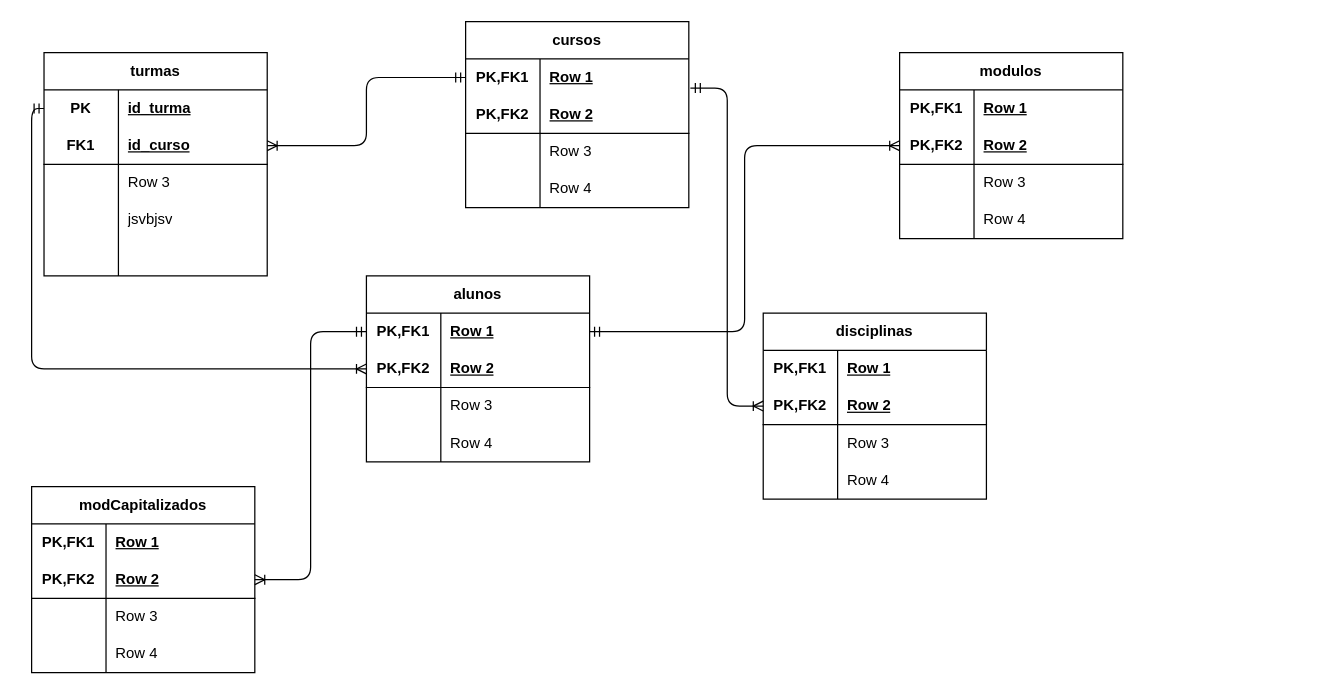
Earlier version of the draw.io diagram gmr_modER.drawio (DaviClementee/Gest_mod_reali_Davi_Mario_Karamjit_Gerry). Source tidied: cells renumbered, new cells numbered last; positions are measured from the earlier drawing's top-left corner, leaving out a move shared by most shapes. Both pictures are drawn from the tidied source at 124%, with x=0, y=0 at pixel (31, 21).
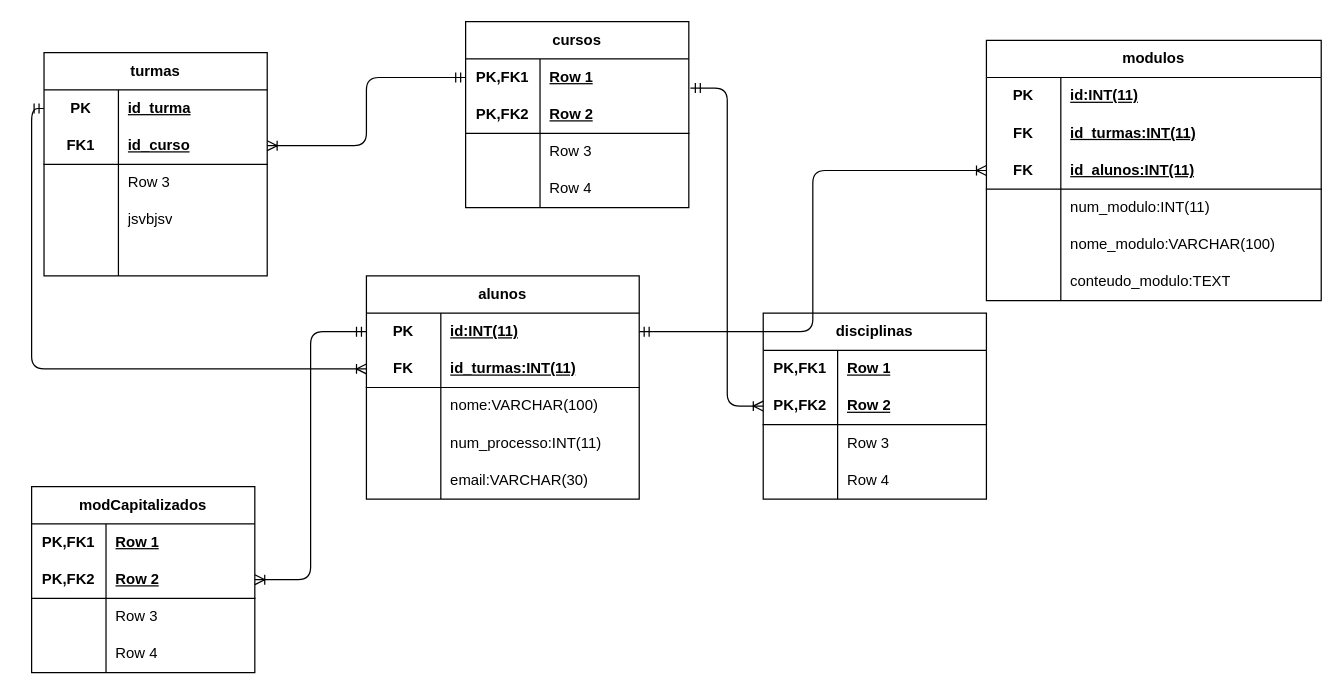
After the change.

Commit message:
Inseri os dados das tabelas alunos e modulos.

The edit, as a diff of the source:
```diff
@@
     <mxCell id="31" value="alunos" style="shape=table;startSize=30;childLayout=tableLayout;rowLines=0;fontStyle=1;align=center;html=1;whiteSpace=wrap;" parent="1" vertex="1">
-      <mxGeometry x="270" y="205" width="180" height="150" as="geometry" />
+      <mxGeometry x="270" y="205" width="220" height="180" as="geometry" />
     </mxCell>
     <mxCell id="32" style="shape=tableRow;horizontal=0;startSize=0;swimlaneHead=0;swimlaneBody=0;fillColor=none;points=[[0,0.5],[1,0.5]];portConstraint=eastwest;top=0;left=0;right=0;bottom=0;html=1;" parent="31" vertex="1">
-      <mxGeometry y="30" width="180" height="30" as="geometry" />
+      <mxGeometry y="30" width="220" height="30" as="geometry" />
     </mxCell>
-    <mxCell id="33" value="PK,FK1" style="shape=partialRectangle;fillColor=none;top=0;left=0;bottom=0;right=0;fontStyle=1;overflow=hidden;html=1;whiteSpace=wrap;" parent="32" vertex="1">
+    <mxCell id="33" value="PK" style="shape=partialRectangle;fillColor=none;top=0;left=0;bottom=0;right=0;fontStyle=1;overflow=hidden;html=1;whiteSpace=wrap;" parent="32" vertex="1">
       <mxGeometry width="60" height="30" as="geometry" />
     </mxCell>
-    <mxCell id="34" value="Row 1" style="shape=partialRectangle;fillColor=none;top=0;left=0;bottom=0;right=0;align=left;spacingLeft=6;fontStyle=5;overflow=hidden;html=1;whiteSpace=wrap;" parent="32" vertex="1">
-      <mxGeometry x="60" width="120" height="30" as="geometry" />
+    <mxCell id="34" value="id:INT(11)" style="shape=partialRectangle;fillColor=none;top=0;left=0;bottom=0;right=0;align=left;spacingLeft=6;fontStyle=5;overflow=hidden;html=1;whiteSpace=wrap;" parent="32" vertex="1">
+      <mxGeometry x="60" width="160" height="30" as="geometry" />
     </mxCell>
     <mxCell id="35" style="shape=tableRow;horizontal=0;startSize=0;swimlaneHead=0;swimlaneBody=0;fillColor=none;points=[[0,0.5],[1,0.5]];portConstraint=eastwest;top=0;left=0;right=0;bottom=1;html=1;" parent="31" vertex="1">
-      <mxGeometry y="60" width="180" height="30" as="geometry" />
+      <mxGeometry y="60" width="220" height="30" as="geometry" />
     </mxCell>
-    <mxCell id="36" value="PK,FK2" style="shape=partialRectangle;fillColor=none;top=0;left=0;bottom=0;right=0;fontStyle=1;overflow=hidden;html=1;whiteSpace=wrap;" parent="35" vertex="1">
+    <mxCell id="36" value="FK" style="shape=partialRectangle;fillColor=none;top=0;left=0;bottom=0;right=0;fontStyle=1;overflow=hidden;html=1;whiteSpace=wrap;" parent="35" vertex="1">
       <mxGeometry width="60" height="30" as="geometry" />
     </mxCell>
-    <mxCell id="37" value="Row 2" style="shape=partialRectangle;fillColor=none;top=0;left=0;bottom=0;right=0;align=left;spacingLeft=6;fontStyle=5;overflow=hidden;html=1;whiteSpace=wrap;" parent="35" vertex="1">
-      <mxGeometry x="60" width="120" height="30" as="geometry" />
+    <mxCell id="37" value="id_turmas:INT(11)" style="shape=partialRectangle;fillColor=none;top=0;left=0;bottom=0;right=0;align=left;spacingLeft=6;fontStyle=5;overflow=hidden;html=1;whiteSpace=wrap;" parent="35" vertex="1">
+      <mxGeometry x="60" width="160" height="30" as="geometry" />
     </mxCell>
     <mxCell id="38" style="shape=tableRow;horizontal=0;startSize=0;swimlaneHead=0;swimlaneBody=0;fillColor=none;top=0;left=0;right=0;bottom=0;html=1;" parent="31" vertex="1">
-      <mxGeometry y="90" width="180" height="30" as="geometry" />
+      <mxGeometry y="90" width="220" height="30" as="geometry" />
     </mxCell>
@@
-    <mxCell id="40" value="Row 3" style="shape=partialRectangle;fillColor=none;top=0;left=0;bottom=0;right=0;align=left;spacingLeft=6;overflow=hidden;html=1;whiteSpace=wrap;" parent="38" vertex="1">
-      <mxGeometry x="60" width="120" height="30" as="geometry" />
+    <mxCell id="40" value="nome:VARCHAR(100)" style="shape=partialRectangle;fillColor=none;top=0;left=0;bottom=0;right=0;align=left;spacingLeft=6;overflow=hidden;html=1;whiteSpace=wrap;" parent="38" vertex="1">
+      <mxGeometry x="60" width="160" height="30" as="geometry" />
     </mxCell>
     <mxCell id="41" style="shape=tableRow;horizontal=0;startSize=0;swimlaneHead=0;swimlaneBody=0;fillColor=none;top=0;left=0;right=0;bottom=0;html=1;" parent="31" vertex="1">
-      <mxGeometry y="120" width="180" height="30" as="geometry" />
+      <mxGeometry y="120" width="220" height="30" as="geometry" />
     </mxCell>
@@
-    <mxCell id="43" value="Row 4" style="shape=partialRectangle;fillColor=none;top=0;left=0;bottom=0;right=0;align=left;spacingLeft=6;overflow=hidden;html=1;whiteSpace=wrap;" parent="41" vertex="1">
-      <mxGeometry x="60" width="120" height="30" as="geometry" />
+    <mxCell id="43" value="num_processo:INT(11)" style="shape=partialRectangle;fillColor=none;top=0;left=0;bottom=0;right=0;align=left;spacingLeft=6;overflow=hidden;html=1;whiteSpace=wrap;" parent="41" vertex="1">
+      <mxGeometry x="60" width="160" height="30" as="geometry" />
     </mxCell>
+    <mxCell id="89" style="shape=tableRow;horizontal=0;startSize=0;swimlaneHead=0;swimlaneBody=0;fillColor=none;top=0;left=0;right=0;bottom=0;html=1;" parent="31" vertex="1">
+      <mxGeometry y="150" width="220" height="30" as="geometry" />
+    </mxCell>
+    <mxCell id="90" style="shape=partialRectangle;fillColor=none;top=0;left=0;bottom=0;right=0;overflow=hidden;html=1;whiteSpace=wrap;" parent="89" vertex="1">
+      <mxGeometry width="60" height="30" as="geometry" />
+    </mxCell>
+    <mxCell id="91" value="email:VARCHAR(30)" style="shape=partialRectangle;fillColor=none;top=0;left=0;bottom=0;right=0;align=left;spacingLeft=6;overflow=hidden;html=1;whiteSpace=wrap;" parent="89" vertex="1">
+      <mxGeometry x="60" width="160" height="30" as="geometry" />
+    </mxCell>
@@
     <mxCell id="57" value="modulos" style="shape=table;startSize=30;childLayout=tableLayout;rowLines=0;fontStyle=1;align=center;html=1;whiteSpace=wrap;" parent="1" vertex="1">
-      <mxGeometry x="700" y="25" width="180" height="150" as="geometry" />
+      <mxGeometry x="770" y="15" width="270" height="210" as="geometry" />
     </mxCell>
+    <mxCell id="92" style="shape=tableRow;horizontal=0;startSize=0;swimlaneHead=0;swimlaneBody=0;fillColor=none;top=0;left=0;right=0;bottom=0;html=1;" parent="57" vertex="1">
+      <mxGeometry y="30" width="270" height="30" as="geometry" />
+    </mxCell>
+    <mxCell id="93" value="PK" style="shape=partialRectangle;fillColor=none;top=0;left=0;bottom=0;right=0;fontStyle=1;overflow=hidden;html=1;whiteSpace=wrap;" parent="92" vertex="1">
+      <mxGeometry width="60" height="30" as="geometry" />
+    </mxCell>
+    <mxCell id="94" value="id:INT(11)" style="shape=partialRectangle;fillColor=none;top=0;left=0;bottom=0;right=0;align=left;spacingLeft=6;fontStyle=5;overflow=hidden;html=1;whiteSpace=wrap;" parent="92" vertex="1">
+      <mxGeometry x="60" width="210" height="30" as="geometry" />
+    </mxCell>
     <mxCell id="58" style="shape=tableRow;horizontal=0;startSize=0;swimlaneHead=0;swimlaneBody=0;fillColor=none;top=0;left=0;right=0;bottom=0;html=1;" parent="57" vertex="1">
-      <mxGeometry y="30" width="180" height="30" as="geometry" />
+      <mxGeometry y="60" width="270" height="30" as="geometry" />
     </mxCell>
-    <mxCell id="59" value="PK,FK1" style="shape=partialRectangle;fillColor=none;top=0;left=0;bottom=0;right=0;fontStyle=1;overflow=hidden;html=1;whiteSpace=wrap;" parent="58" vertex="1">
+    <mxCell id="59" value="FK" style="shape=partialRectangle;fillColor=none;top=0;left=0;bottom=0;right=0;fontStyle=1;overflow=hidden;html=1;whiteSpace=wrap;" parent="58" vertex="1">
       <mxGeometry width="60" height="30" as="geometry" />
     </mxCell>
-    <mxCell id="60" value="Row 1" style="shape=partialRectangle;fillColor=none;top=0;left=0;bottom=0;right=0;align=left;spacingLeft=6;fontStyle=5;overflow=hidden;html=1;whiteSpace=wrap;" parent="58" vertex="1">
-      <mxGeometry x="60" width="120" height="30" as="geometry" />
+    <mxCell id="60" value="id_turmas:INT(11)" style="shape=partialRectangle;fillColor=none;top=0;left=0;bottom=0;right=0;align=left;spacingLeft=6;fontStyle=5;overflow=hidden;html=1;whiteSpace=wrap;" parent="58" vertex="1">
+      <mxGeometry x="60" width="210" height="30" as="geometry" />
     </mxCell>
     <mxCell id="61" style="shape=tableRow;horizontal=0;startSize=0;swimlaneHead=0;swimlaneBody=0;fillColor=none;points=[[0,0.5],[1,0.5]];portConstraint=eastwest;top=0;left=0;right=0;bottom=1;html=1;" parent="57" vertex="1">
-      <mxGeometry y="60" width="180" height="30" as="geometry" />
+      <mxGeometry y="90" width="270" height="30" as="geometry" />
     </mxCell>
-    <mxCell id="62" value="PK,FK2" style="shape=partialRectangle;fillColor=none;top=0;left=0;bottom=0;right=0;fontStyle=1;overflow=hidden;html=1;whiteSpace=wrap;" parent="61" vertex="1">
+    <mxCell id="62" value="FK" style="shape=partialRectangle;fillColor=none;top=0;left=0;bottom=0;right=0;fontStyle=1;overflow=hidden;html=1;whiteSpace=wrap;" parent="61" vertex="1">
       <mxGeometry width="60" height="30" as="geometry" />
     </mxCell>
-    <mxCell id="63" value="Row 2" style="shape=partialRectangle;fillColor=none;top=0;left=0;bottom=0;right=0;align=left;spacingLeft=6;fontStyle=5;overflow=hidden;html=1;whiteSpace=wrap;" parent="61" vertex="1">
-      <mxGeometry x="60" width="120" height="30" as="geometry" />
+    <mxCell id="63" value="id_alunos:INT(11)" style="shape=partialRectangle;fillColor=none;top=0;left=0;bottom=0;right=0;align=left;spacingLeft=6;fontStyle=5;overflow=hidden;html=1;whiteSpace=wrap;" parent="61" vertex="1">
+      <mxGeometry x="60" width="210" height="30" as="geometry" />
     </mxCell>
     <mxCell id="64" style="shape=tableRow;horizontal=0;startSize=0;swimlaneHead=0;swimlaneBody=0;fillColor=none;top=0;left=0;right=0;bottom=0;html=1;" parent="57" vertex="1">
-      <mxGeometry y="90" width="180" height="30" as="geometry" />
+      <mxGeometry y="120" width="270" height="30" as="geometry" />
     </mxCell>
@@
-    <mxCell id="66" value="Row 3" style="shape=partialRectangle;fillColor=none;top=0;left=0;bottom=0;right=0;align=left;spacingLeft=6;overflow=hidden;html=1;whiteSpace=wrap;" parent="64" vertex="1">
-      <mxGeometry x="60" width="120" height="30" as="geometry" />
+    <mxCell id="66" value="num_modulo:INT(11)" style="shape=partialRectangle;fillColor=none;top=0;left=0;bottom=0;right=0;align=left;spacingLeft=6;overflow=hidden;html=1;whiteSpace=wrap;" parent="64" vertex="1">
+      <mxGeometry x="60" width="210" height="30" as="geometry" />
     </mxCell>
     <mxCell id="67" style="shape=tableRow;horizontal=0;startSize=0;swimlaneHead=0;swimlaneBody=0;fillColor=none;top=0;left=0;right=0;bottom=0;html=1;" parent="57" vertex="1">
-      <mxGeometry y="120" width="180" height="30" as="geometry" />
+      <mxGeometry y="150" width="270" height="30" as="geometry" />
     </mxCell>
@@
-    <mxCell id="69" value="Row 4" style="shape=partialRectangle;fillColor=none;top=0;left=0;bottom=0;right=0;align=left;spacingLeft=6;overflow=hidden;html=1;whiteSpace=wrap;" parent="67" vertex="1">
-      <mxGeometry x="60" width="120" height="30" as="geometry" />
+    <mxCell id="69" value="nome_modulo:VARCHAR(100)" style="shape=partialRectangle;fillColor=none;top=0;left=0;bottom=0;right=0;align=left;spacingLeft=6;overflow=hidden;html=1;whiteSpace=wrap;" parent="67" vertex="1">
+      <mxGeometry x="60" width="210" height="30" as="geometry" />
     </mxCell>
+    <mxCell id="95" style="shape=tableRow;horizontal=0;startSize=0;swimlaneHead=0;swimlaneBody=0;fillColor=none;top=0;left=0;right=0;bottom=0;html=1;" parent="57" vertex="1">
+      <mxGeometry y="180" width="270" height="30" as="geometry" />
+    </mxCell>
+    <mxCell id="96" style="shape=partialRectangle;fillColor=none;top=0;left=0;bottom=0;right=0;overflow=hidden;html=1;whiteSpace=wrap;" parent="95" vertex="1">
+      <mxGeometry width="60" height="30" as="geometry" />
+    </mxCell>
+    <mxCell id="97" value="conteudo_modulo:TEXT" style="shape=partialRectangle;fillColor=none;top=0;left=0;bottom=0;right=0;align=left;spacingLeft=6;overflow=hidden;html=1;whiteSpace=wrap;" parent="95" vertex="1">
+      <mxGeometry x="60" width="210" height="30" as="geometry" />
+    </mxCell>
```
